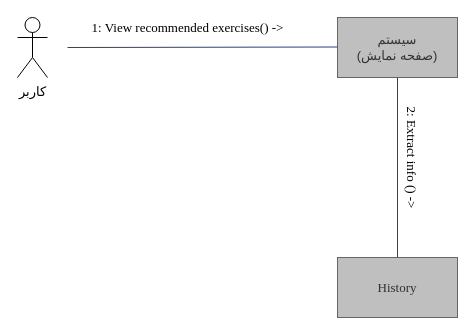
Before: Docs./CommunicationDiagram-Activities.drawio in ShadiMe-flutter/Workout, a draw.io diagram. Source tidied: cells renumbered, new cells numbered last; positions are measured from the earlier drawing's top-left corner, leaving out a move shared by most shapes. Both pictures are drawn from the tidied source at 100%, with x=0, y=0 at pixel (17, 17).
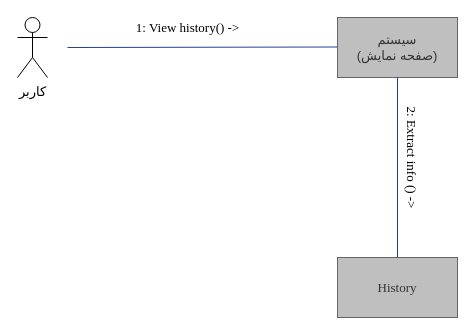
Above is the later version.

What changed in the source:
```diff
@@
 <mxGraphModel>
   <root>
     <mxCell id="0" />
     <mxCell id="1" parent="0" />
     <mxCell id="2" value="&lt;span style=&quot;font-size: 13px&quot;&gt;&lt;font face=&quot;B Zar&quot;&gt;کاربر&lt;/font&gt;&lt;/span&gt;" style="shape=umlActor;verticalLabelPosition=bottom;verticalAlign=top;html=1;" parent="1" vertex="1">
       <mxGeometry width="30" height="60" as="geometry" />
     </mxCell>
     <mxCell id="3" value="&lt;font face=&quot;B Zar&quot; style=&quot;font-size: 13px&quot;&gt;سیستم &lt;br&gt;(صفحه نمایش)&lt;/font&gt;" style="rounded=0;whiteSpace=wrap;html=1;strokeColor=#666666;fontColor=#333333;fillColor=#BFBFBF;" parent="1" vertex="1">
       <mxGeometry x="320" width="120" height="60" as="geometry" />
     </mxCell>
     <mxCell id="4" style="endArrow=none;html=1;strokeColor=#28408E;" parent="1" edge="1">
       <mxGeometry relative="1" as="geometry">
         <mxPoint x="50" y="30" as="sourcePoint" />
         <mxPoint x="320" y="29.5" as="targetPoint" />
       </mxGeometry>
     </mxCell>
-    <mxCell id="5" value="&lt;font face=&quot;Times New Roman&quot; style=&quot;font-size: 13px&quot;&gt;1: View recommended exercises() -&amp;gt;&lt;/font&gt;" style="text;html=1;align=center;verticalAlign=middle;" parent="1" vertex="1">
-      <mxGeometry x="65" width="210" height="20" as="geometry" />
+    <mxCell id="5" value="&lt;font face=&quot;Times New Roman&quot; style=&quot;font-size: 13px&quot;&gt;1: View history() -&amp;gt;&lt;/font&gt;" style="text;html=1;align=center;verticalAlign=middle;" parent="1" vertex="1">
+      <mxGeometry x="110" width="120" height="20" as="geometry" />
     </mxCell>
     <mxCell id="6" value="&lt;font face=&quot;Times New Roman&quot; style=&quot;font-size: 13px&quot;&gt;History&lt;/font&gt;" style="rounded=0;whiteSpace=wrap;html=1;strokeColor=#666666;fontColor=#333333;fillColor=#BFBFBF;" parent="1" vertex="1">
       <mxGeometry x="320" y="240" width="120" height="60" as="geometry" />
     </mxCell>
     <mxCell id="7" style="endArrow=none;html=1;exitX=0.5;exitY=0;exitDx=0;exitDy=0;entryX=0.5;entryY=1;entryDx=0;entryDy=0;strokeColor=#28408E;" parent="1" edge="1" source="6" target="3">
       <mxGeometry relative="1" as="geometry" />
     </mxCell>
     <mxCell id="8" value="&lt;font face=&quot;Times New Roman&quot; style=&quot;font-size: 13px&quot;&gt;2: Extract info () -&amp;gt;&lt;/font&gt;" style="text;html=1;align=center;verticalAlign=middle;rotation=90;" parent="1" vertex="1">
       <mxGeometry x="335" y="130" width="120" height="20" as="geometry" />
     </mxCell>
   </root>
 </mxGraphModel>
```
